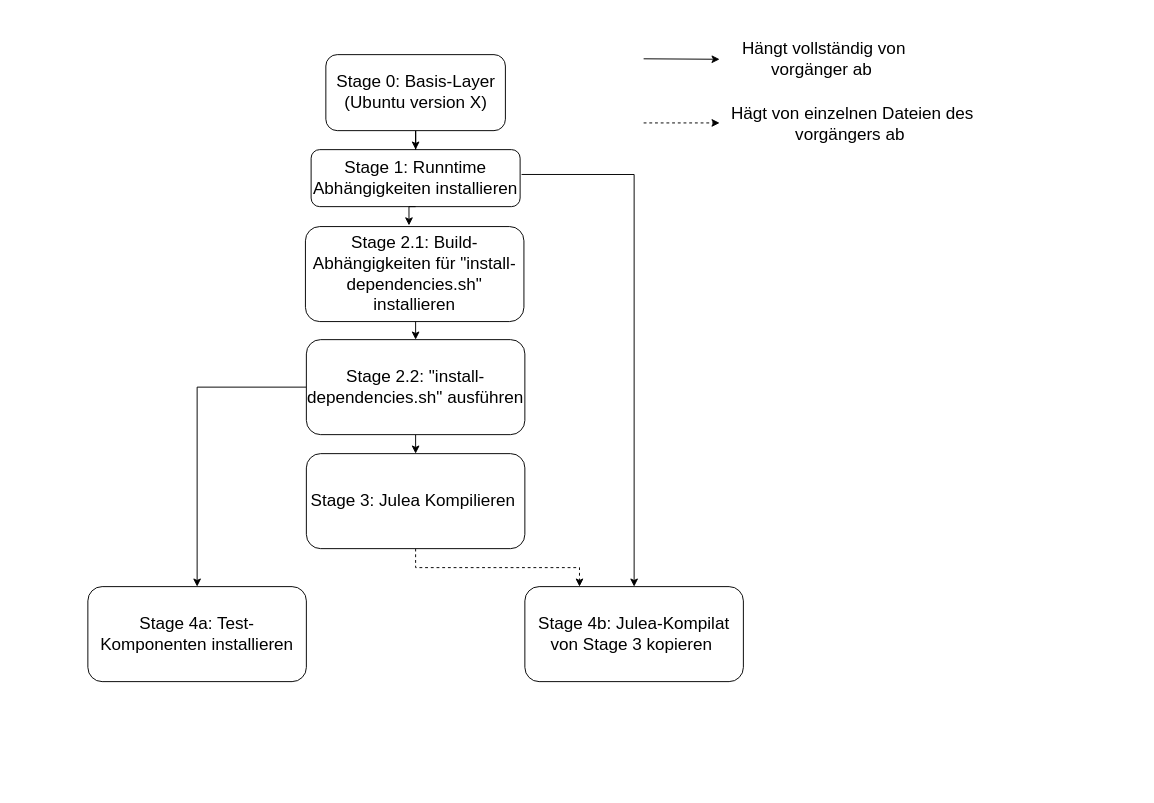
Before: figures/modell-spack-containerfile.drawio in FinnHering/bachelor-arbeit, a draw.io diagram. Source tidied: cells renumbered, new cells numbered last; positions are measured from the earlier drawing's top-left corner, leaving out a move shared by most shapes. Both pictures are drawn from the tidied source at 95%, with x=0, y=0 at pixel (87, 45).
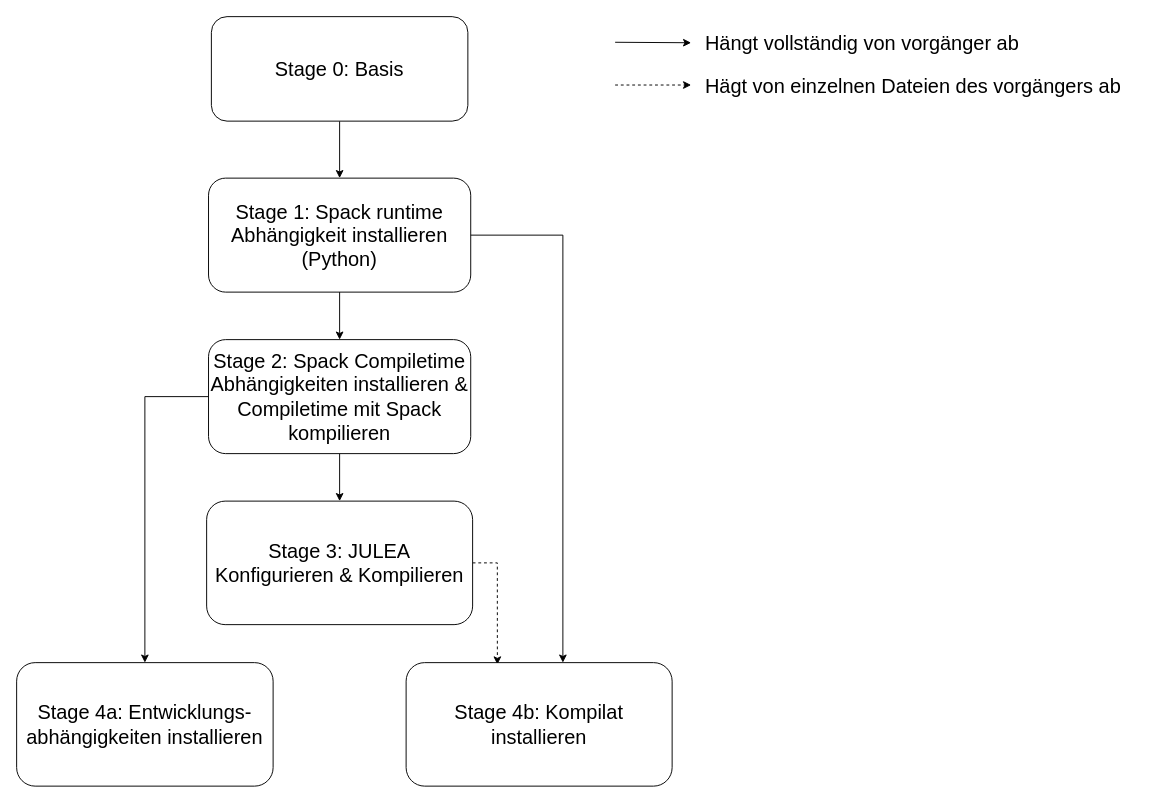
The same diagram, later.

The edit, as a diff of the source:
```diff
@@
-    <mxCell id="2" style="edgeStyle=orthogonalEdgeStyle;rounded=0;jettySize=auto;html=1;entryX=0.5;entryY=0;entryDx=0;entryDy=0;exitX=1.007;exitY=0.436;exitDx=0;exitDy=0;exitPerimeter=0;" parent="1" edge="1" source="3" target="12">
-      <mxGeometry relative="1" as="geometry" />
-    </mxCell>
-    <mxCell id="3" value="&lt;font style=&quot;font-size: 18px;&quot;&gt;Stage 1: Runntime Abhängigkeiten installieren&lt;/font&gt;" style="rounded=1;whiteSpace=wrap;html=1;" parent="1" vertex="1">
-      <mxGeometry x="235" y="110" width="220" height="60" as="geometry" />
-    </mxCell>
-    <mxCell id="4" style="edgeStyle=orthogonalEdgeStyle;rounded=0;jettySize=auto;html=1;exitX=0.5;exitY=1;exitDx=0;exitDy=0;entryX=0.5;entryY=0;entryDx=0;entryDy=0;" parent="1" edge="1" source="5" target="8">
-      <mxGeometry relative="1" as="geometry" />
-    </mxCell>
-    <mxCell id="5" value="&lt;font style=&quot;font-size: 18px;&quot;&gt;Stage 2.1: Build-Abhängigkeiten für &quot;install-dependencies.sh&quot; installieren&lt;/font&gt;" style="whiteSpace=wrap;html=1;rounded=1;" parent="1" vertex="1">
-      <mxGeometry x="229" y="191" width="230" height="100" as="geometry" />
-    </mxCell>
-    <mxCell id="6" style="edgeStyle=orthogonalEdgeStyle;rounded=0;jettySize=auto;html=1;exitX=0.5;exitY=1;exitDx=0;exitDy=0;entryX=0.5;entryY=0;entryDx=0;entryDy=0;" parent="1" edge="1" source="8" target="10">
-      <mxGeometry relative="1" as="geometry" />
-    </mxCell>
-    <mxCell id="7" style="edgeStyle=orthogonalEdgeStyle;rounded=0;jettySize=auto;html=1;exitX=0;exitY=0.5;exitDx=0;exitDy=0;entryX=0.5;entryY=0;entryDx=0;entryDy=0;" parent="1" edge="1" source="8" target="11">
-      <mxGeometry relative="1" as="geometry" />
-    </mxCell>
-    <mxCell id="8" value="&lt;font style=&quot;font-size: 18px;&quot;&gt;Stage 2.2: &quot;install-dependencies.sh&quot; ausführen&lt;/font&gt;" style="whiteSpace=wrap;html=1;rounded=1;" parent="1" vertex="1">
-      <mxGeometry x="230" y="310" width="230" height="100" as="geometry" />
-    </mxCell>
-    <mxCell id="9" style="edgeStyle=orthogonalEdgeStyle;rounded=0;jettySize=auto;html=1;exitX=0.5;exitY=1;exitDx=0;exitDy=0;entryX=0.25;entryY=0;entryDx=0;entryDy=0;dashed=1;" parent="1" edge="1" source="10" target="12">
-      <mxGeometry relative="1" as="geometry" />
-    </mxCell>
-    <mxCell id="10" value="&lt;font style=&quot;font-size: 18px;&quot;&gt;Stage 3: Julea Kompilieren&amp;nbsp;&lt;/font&gt;" style="whiteSpace=wrap;html=1;rounded=1;" parent="1" vertex="1">
-      <mxGeometry x="230" y="430" width="230" height="100" as="geometry" />
-    </mxCell>
-    <mxCell id="11" value="Stage 4a: Test-Komponenten installieren" style="whiteSpace=wrap;html=1;rounded=1;fontSize=18;" parent="1" vertex="1">
-      <mxGeometry y="570" width="230" height="100" as="geometry" />
-    </mxCell>
-    <mxCell id="12" value="Stage 4b: Julea-Kompilat von Stage 3 kopieren&amp;nbsp;" style="whiteSpace=wrap;html=1;rounded=1;fontSize=18;" parent="1" vertex="1">
-      <mxGeometry x="460" y="570" width="230" height="100" as="geometry" />
-    </mxCell>
     <mxCell id="13" style="endArrow=classic;html=1;rounded=0;dashed=1;" parent="1" edge="1">
       <mxGeometry relative="1" as="geometry">
-        <mxPoint x="585" y="81.9" as="sourcePoint" />
-        <mxPoint x="665" y="81.9" as="targetPoint" />
+        <mxPoint x="555" y="42" as="sourcePoint" />
+        <mxPoint x="635" y="42" as="targetPoint" />
       </mxGeometry>
     </mxCell>
     <mxCell id="14" style="endArrow=classic;html=1;rounded=0;" parent="1" edge="1">
       <mxGeometry relative="1" as="geometry">
-        <mxPoint x="585" y="14.4" as="sourcePoint" />
-        <mxPoint x="665" y="14.9" as="targetPoint" />
+        <mxPoint x="555" y="-3" as="sourcePoint" />
+        <mxPoint x="635" y="-2.5" as="targetPoint" />
       </mxGeometry>
     </mxCell>
-    <mxCell id="15" value="Hängt vollständig von vorgänger ab&amp;nbsp;" style="text;html=1;align=center;verticalAlign=middle;whiteSpace=wrap;rounded=0;fontSize=18;" parent="1" vertex="1">
-      <mxGeometry x="675" width="200" height="30" as="geometry" />
+    <mxCell id="15" value="Hängt vollständig von vorgänger ab&amp;nbsp;" style="text;html=1;align=left;verticalAlign=middle;whiteSpace=wrap;rounded=0;fontSize=21;" parent="1" vertex="1">
+      <mxGeometry x="648" y="-17.5" width="367" height="30" as="geometry" />
     </mxCell>
-    <mxCell id="16" value="Hägt von einzelnen Dateien des vorgängers ab&amp;nbsp;" style="text;html=1;align=center;verticalAlign=middle;whiteSpace=wrap;rounded=0;fontSize=18;" parent="1" vertex="1">
-      <mxGeometry x="675" y="67.5" width="260" height="30" as="geometry" />
+    <mxCell id="16" value="Hägt von einzelnen Dateien des vorgängers ab&amp;nbsp;" style="text;html=1;align=left;verticalAlign=middle;whiteSpace=wrap;rounded=0;fontSize=21;" parent="1" vertex="1">
+      <mxGeometry x="648" y="27.5" width="457" height="30" as="geometry" />
     </mxCell>
-    <mxCell id="17" style="edgeStyle=orthogonalEdgeStyle;rounded=0;jettySize=auto;html=1;entryX=0.5;entryY=0;entryDx=0;entryDy=0;" parent="1" edge="1" source="18" target="3">
-      <mxGeometry relative="1" as="geometry" />
-    </mxCell>
-    <mxCell id="18" value="&lt;font style=&quot;font-size: 18px;&quot;&gt;Stage 0: Basis-Layer (Ubuntu version X)&lt;/font&gt;" style="rounded=1;whiteSpace=wrap;html=1;" parent="1" vertex="1">
-      <mxGeometry x="250.5" y="10" width="189" height="80" as="geometry" />
-    </mxCell>
-    <mxCell id="19" style="edgeStyle=orthogonalEdgeStyle;rounded=0;jettySize=auto;html=1;exitX=0.5;exitY=1;exitDx=0;exitDy=0;entryX=0.474;entryY=-0.012;entryDx=0;entryDy=0;entryPerimeter=0;" parent="1" edge="1" source="3" target="5">
-      <mxGeometry relative="1" as="geometry" />
-    </mxCell>
+    <mxCell id="20" style="edgeStyle=orthogonalEdgeStyle;rounded=0;jettySize=auto;html=1;" parent="1" edge="1" source="21" target="23">
+      <mxGeometry relative="1" as="geometry" />
+    </mxCell>
+    <mxCell id="21" value="&lt;font style=&quot;font-size: 21px;&quot;&gt;Stage 0: Basis&lt;/font&gt;" style="whiteSpace=wrap;html=1;rounded=1;" parent="1" vertex="1">
+      <mxGeometry x="130" y="-30" width="270" height="110" as="geometry" />
+    </mxCell>
+    <mxCell id="22" style="edgeStyle=orthogonalEdgeStyle;rounded=0;jettySize=auto;html=1;" parent="1" edge="1" source="23" target="27">
+      <mxGeometry relative="1" as="geometry" />
+    </mxCell>
+    <mxCell id="23" value="&lt;font style=&quot;font-size: 21px;&quot;&gt;Stage 1: Spack runtime Abhängigkeit installieren (Python)&lt;/font&gt;" style="whiteSpace=wrap;html=1;rounded=1;fontSize=21;" parent="1" vertex="1">
+      <mxGeometry x="127" y="140" width="276" height="120" as="geometry" />
+    </mxCell>
+    <mxCell id="24" style="edgeStyle=orthogonalEdgeStyle;rounded=0;jettySize=auto;html=1;" parent="1" edge="1" source="27" target="29">
+      <mxGeometry relative="1" as="geometry" />
+    </mxCell>
+    <mxCell id="25" style="edgeStyle=orthogonalEdgeStyle;rounded=0;jettySize=auto;html=1;exitX=0;exitY=0.5;exitDx=0;exitDy=0;entryX=0.5;entryY=0;entryDx=0;entryDy=0;" parent="1" edge="1" source="27" target="30">
+      <mxGeometry relative="1" as="geometry" />
+    </mxCell>
+    <mxCell id="26" style="edgeStyle=orthogonalEdgeStyle;rounded=0;jettySize=auto;html=1;exitX=1;exitY=0.5;exitDx=0;exitDy=0;" parent="1" edge="1" source="23" target="31">
+      <mxGeometry relative="1" as="geometry">
+        <Array as="points">
+          <mxPoint x="500" y="200" />
+        </Array>
+      </mxGeometry>
+    </mxCell>
+    <mxCell id="27" value="&lt;font style=&quot;font-size: 21px;&quot;&gt;Stage 2: Spack Compiletime Abhängigkeiten installieren &amp;amp; Compiletime mit Spack kompilieren&lt;/font&gt;" style="whiteSpace=wrap;html=1;rounded=1;fontSize=21;" parent="1" vertex="1">
+      <mxGeometry x="127" y="310" width="276" height="120" as="geometry" />
+    </mxCell>
+    <mxCell id="28" style="edgeStyle=orthogonalEdgeStyle;rounded=0;jettySize=auto;html=1;exitX=1;exitY=0.5;exitDx=0;exitDy=0;entryX=0.343;entryY=0.015;entryDx=0;entryDy=0;dashed=1;entryPerimeter=0;" parent="1" edge="1" source="29" target="31">
+      <mxGeometry relative="1" as="geometry" />
+    </mxCell>
+    <mxCell id="29" value="&lt;font style=&quot;font-size: 21px;&quot;&gt;Stage 3: JULEA Konfigurieren &amp;amp; Kompilieren&lt;/font&gt;" style="whiteSpace=wrap;html=1;rounded=1;fontSize=21;" parent="1" vertex="1">
+      <mxGeometry x="125" y="480" width="280" height="130" as="geometry" />
+    </mxCell>
+    <mxCell id="30" value="&lt;font style=&quot;font-size: 21px;&quot;&gt;Stage 4a: Entwicklungs-abhängigkeiten installieren&lt;/font&gt;" style="whiteSpace=wrap;html=1;rounded=1;fontSize=21;" parent="1" vertex="1">
+      <mxGeometry x="-75" y="650" width="270" height="130" as="geometry" />
+    </mxCell>
+    <mxCell id="31" value="&lt;font style=&quot;font-size: 21px;&quot;&gt;Stage 4b: Kompilat installieren&lt;/font&gt;" style="whiteSpace=wrap;html=1;rounded=1;fontSize=21;" parent="1" vertex="1">
+      <mxGeometry x="335" y="650" width="280" height="130" as="geometry" />
+    </mxCell>
```
